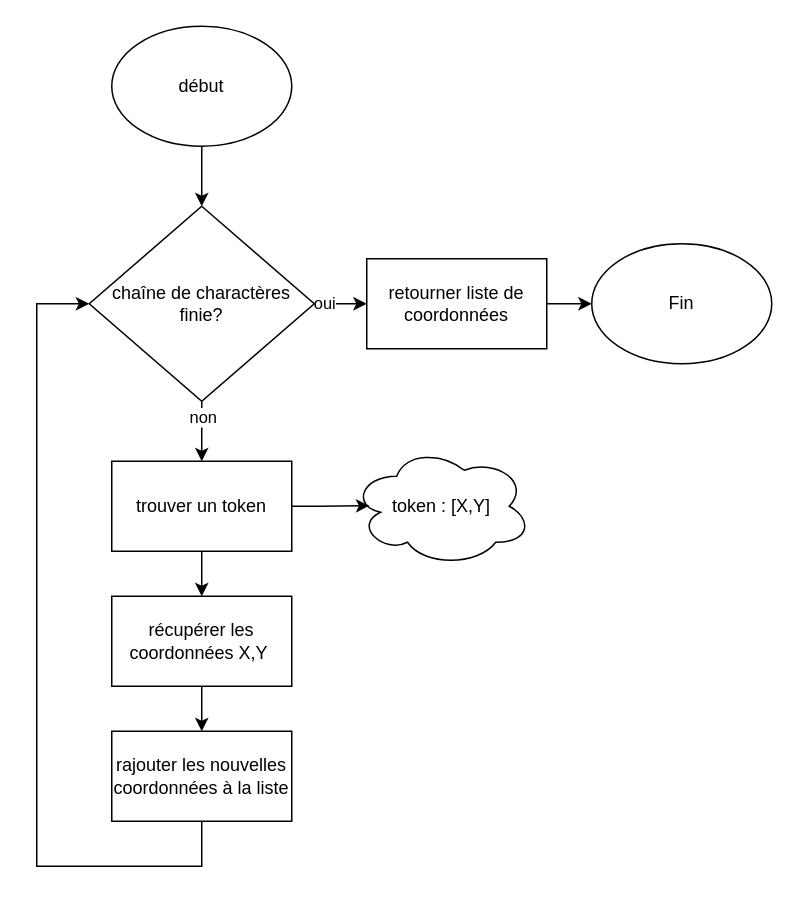
ECN-SEC-SMP/tp4-note-quentin-guillaume-louis keeps this draw.io diagram as compte-rendu/DRAWIO/algo_detection_token.drawio. Above is the earlier version. Source tidied: cells renumbered, new cells numbered last; positions are measured from the earlier drawing's top-left corner, leaving out a move shared by most shapes. Both pictures are drawn from the tidied source at 150%, with x=0, y=0 at pixel (36, 26).
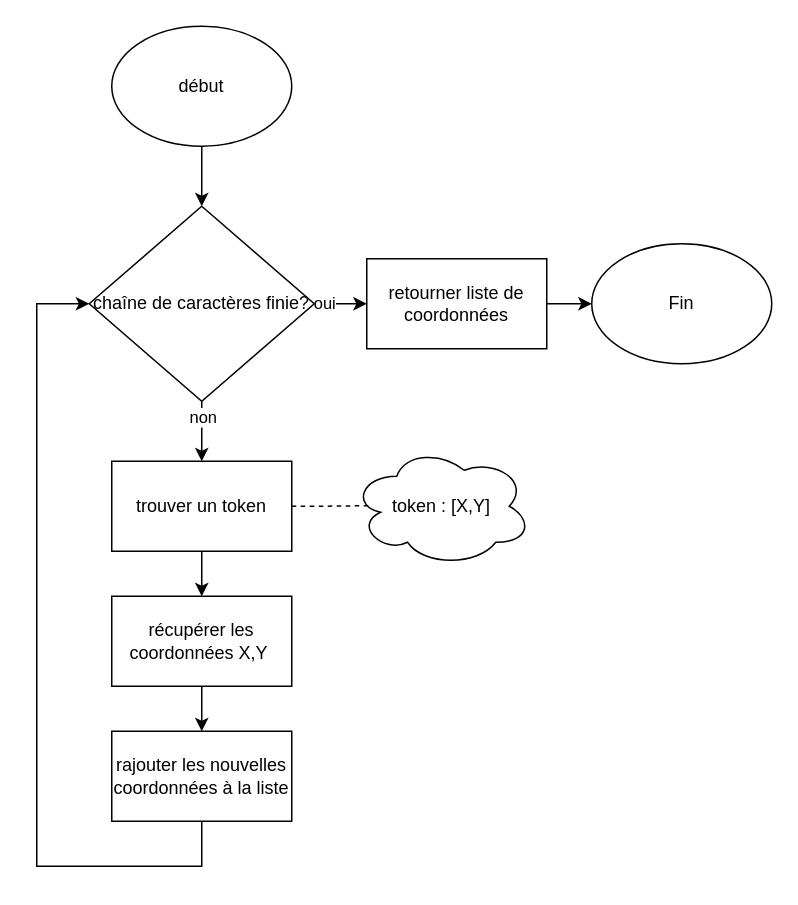
The same diagram, later.

The change refers to these unchanged cells:
```xml
<mxCell id="13" value="trouver un token" style="rounded=0;whiteSpace=wrap;html=1;" parent="1" vertex="1">
  <mxGeometry x="50" y="290" width="120" height="60" as="geometry" />
</mxCell>
<mxCell id="14" value="token : [X,Y]" style="ellipse;shape=cloud;whiteSpace=wrap;html=1;" parent="1" vertex="1">
  <mxGeometry x="210" y="280" width="120" height="80" as="geometry" />
</mxCell>
```

Change to the diagram source:
```diff
@@
-    <mxCell id="8" value="chaîne de charactères finie?" style="rhombus;whiteSpace=wrap;html=1;" parent="1" vertex="1">
+    <mxCell id="8" value="chaîne de caractères finie?" style="rhombus;whiteSpace=wrap;html=1;" parent="1" vertex="1">
       <mxGeometry x="35" y="120" width="150" height="130" as="geometry" />
     </mxCell>
@@
-    <mxCell id="15" style="edgeStyle=orthogonalEdgeStyle;rounded=0;jettySize=auto;html=1;entryX=0.098;entryY=0.495;entryDx=0;entryDy=0;entryPerimeter=0;" parent="1" edge="1" source="13" target="14">
+    <mxCell id="15" style="edgeStyle=orthogonalEdgeStyle;rounded=0;jettySize=auto;html=1;entryX=0.098;entryY=0.495;entryDx=0;entryDy=0;entryPerimeter=0;endArrow=none;endFill=0;dashed=1;" parent="1" edge="1" source="13" target="14">
       <mxGeometry relative="1" as="geometry" />
     </mxCell>
```
